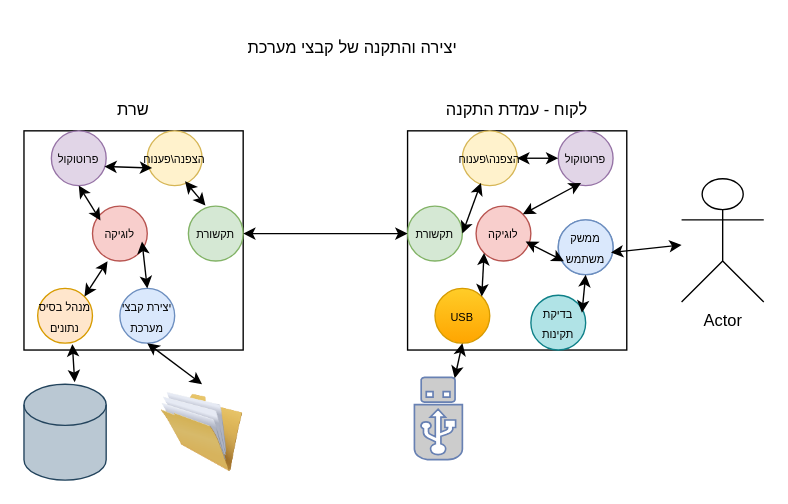
Earlier version of the draw.io diagram draws/draw actions/יצירת קבצי מערכת.drawio (Eyalen22/Project). Source tidied: cells renumbered, new cells numbered last; positions are measured from the earlier drawing's top-left corner, leaving out a move shared by most shapes. Both pictures are drawn from the tidied source at 137%, with x=0, y=0 at pixel (23, 27).
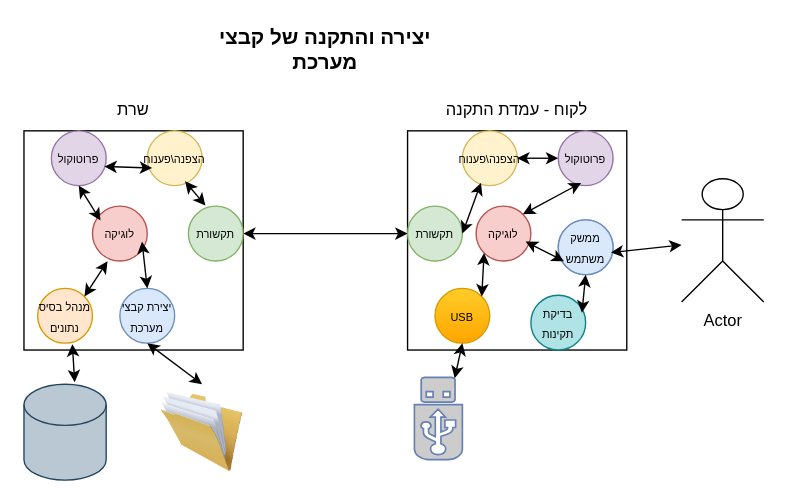
After the change.

Diff of the diagram source:
```diff
@@
-    <mxCell id="2" value="יצירה והתקנה של קבצי מערכת" style="text;html=1;whiteSpace=wrap;strokeColor=none;fillColor=none;align=center;verticalAlign=middle;rounded=0;" parent="1" vertex="1">
-      <mxGeometry x="140" width="200" height="30" as="geometry" />
+    <mxCell id="2" value="&lt;font style=&quot;font-size: 15px;&quot;&gt;&lt;b&gt;יצירה והתקנה של קבצי מערכת&lt;/b&gt;&lt;/font&gt;" style="text;html=1;whiteSpace=wrap;strokeColor=none;fillColor=none;align=center;verticalAlign=middle;rounded=0;" parent="1" vertex="1">
+      <mxGeometry x="120" width="200" height="30" as="geometry" />
     </mxCell>
```
